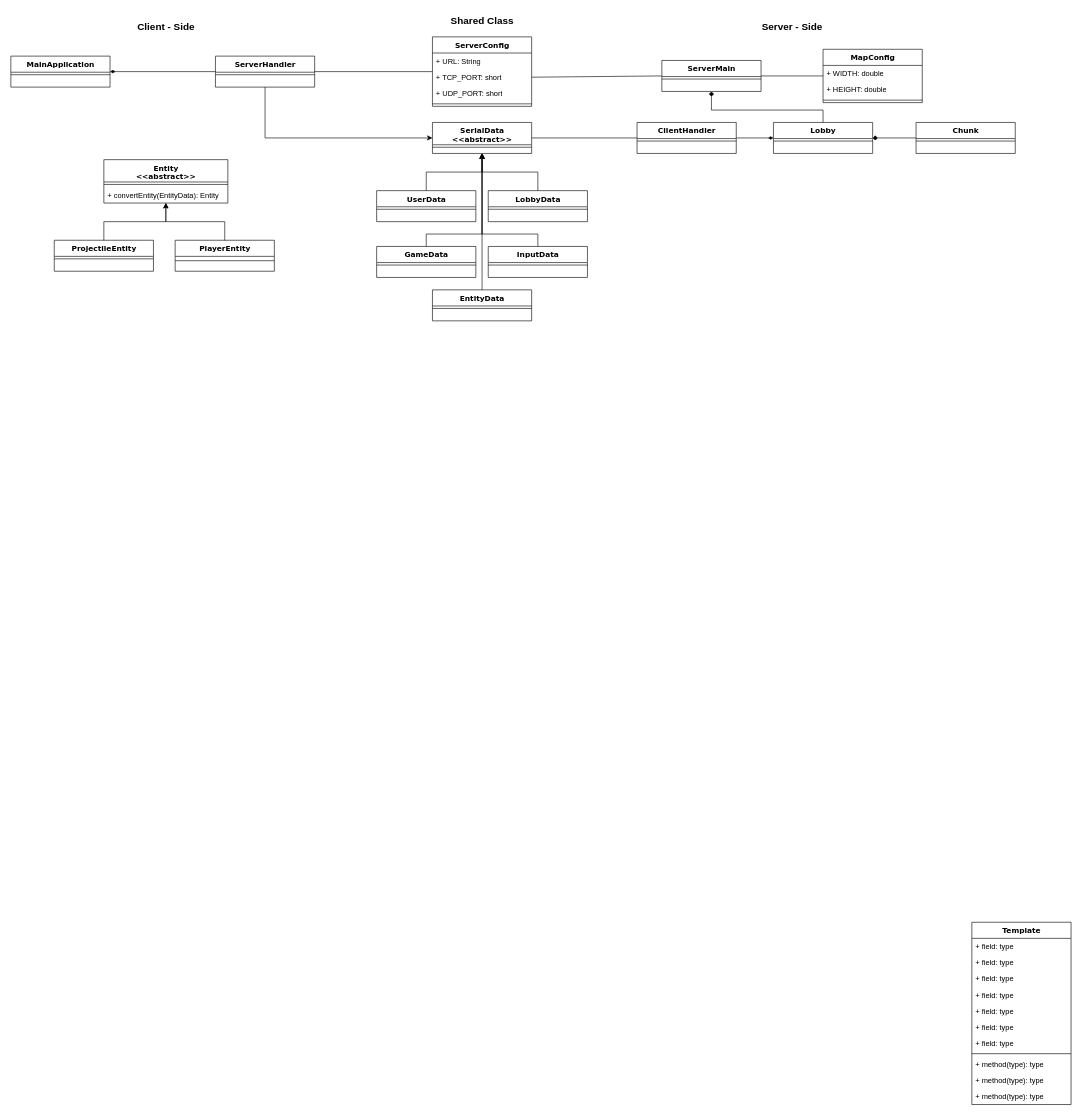
Before: bbc.drawio in DymNomZ/bbc.io, a draw.io diagram. Source tidied: cells renumbered, new cells numbered last; positions are measured from the earlier drawing's top-left corner, leaving out a move shared by most shapes. Both pictures are drawn from the tidied source at 62%, with x=0, y=0 at pixel (11, 11).
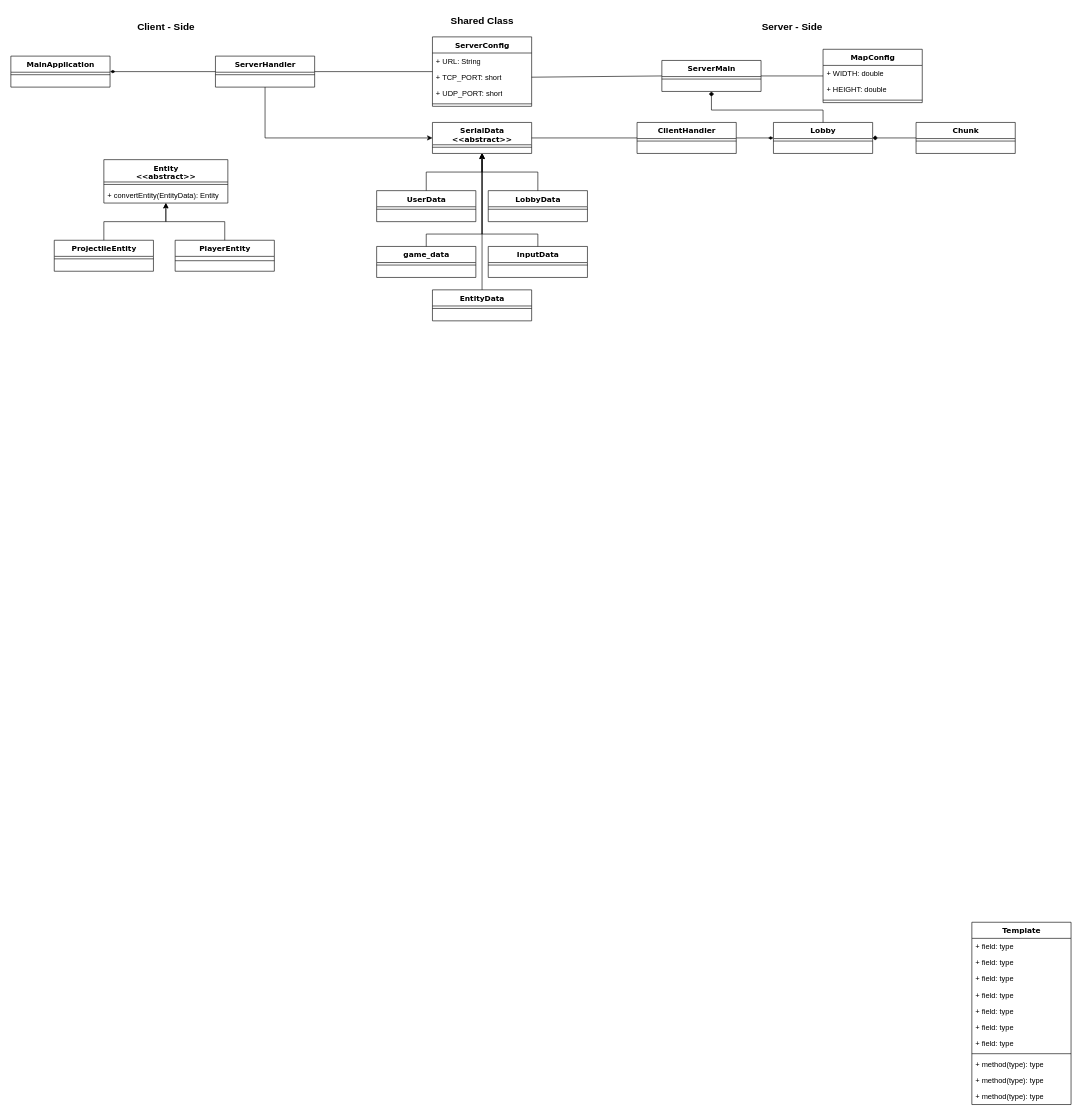
After the change.

What changed in the source:
```diff
@@
-    <mxCell id="51" value="GameData" style="swimlane;html=1;fontStyle=1;align=center;verticalAlign=top;horizontal=1;startSize=26;swimlaneFillColor=#ffffff;rounded=0;shadow=0;comic=0;labelBackgroundColor=none;strokeWidth=1;fillColor=none;fontFamily=Verdana;fontSize=12;" parent="1" vertex="1">
+    <mxCell id="51" value="game_data" style="swimlane;html=1;fontStyle=1;align=center;verticalAlign=top;horizontal=1;startSize=26;swimlaneFillColor=#ffffff;rounded=0;shadow=0;comic=0;labelBackgroundColor=none;strokeWidth=1;fillColor=none;fontFamily=Verdana;fontSize=12;" parent="1" vertex="1">
       <mxGeometry x="590" y="380" width="160" height="50" as="geometry" />
     </mxCell>
```
